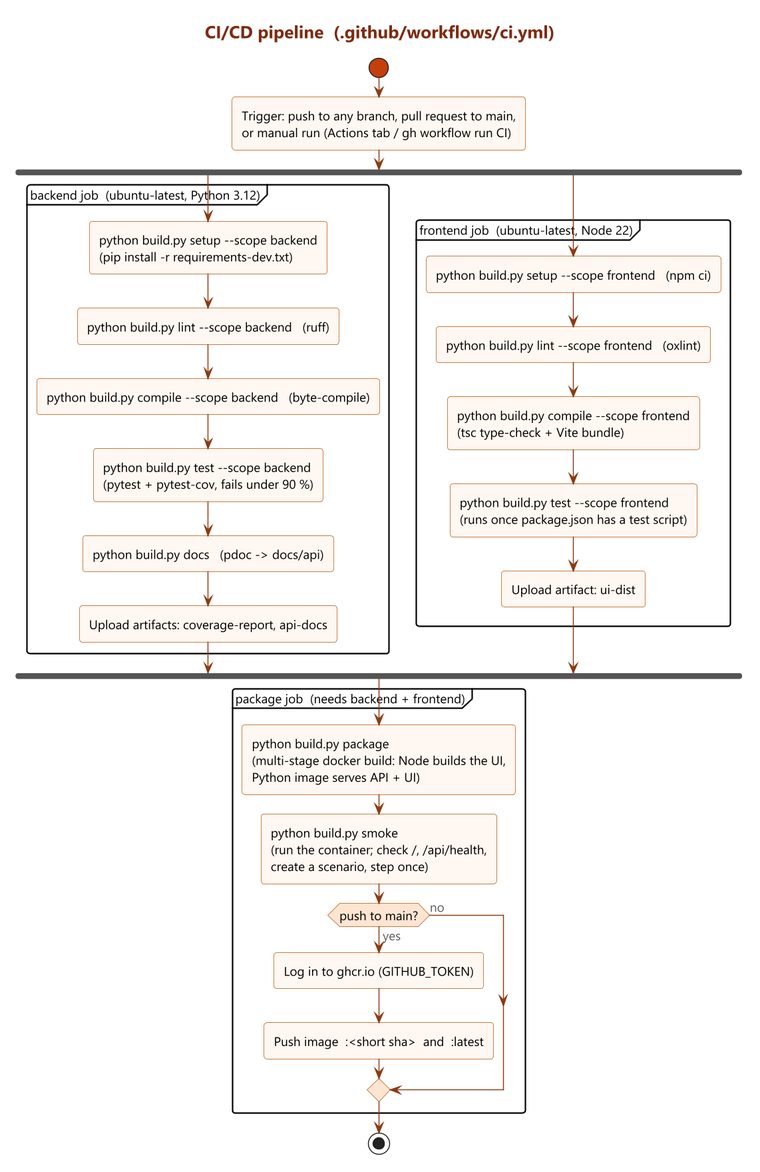
This is docs/design/ci-pipeline.png from jaiswaladitneu/FireSimulator, a PlantUML export, as it was before one commit.
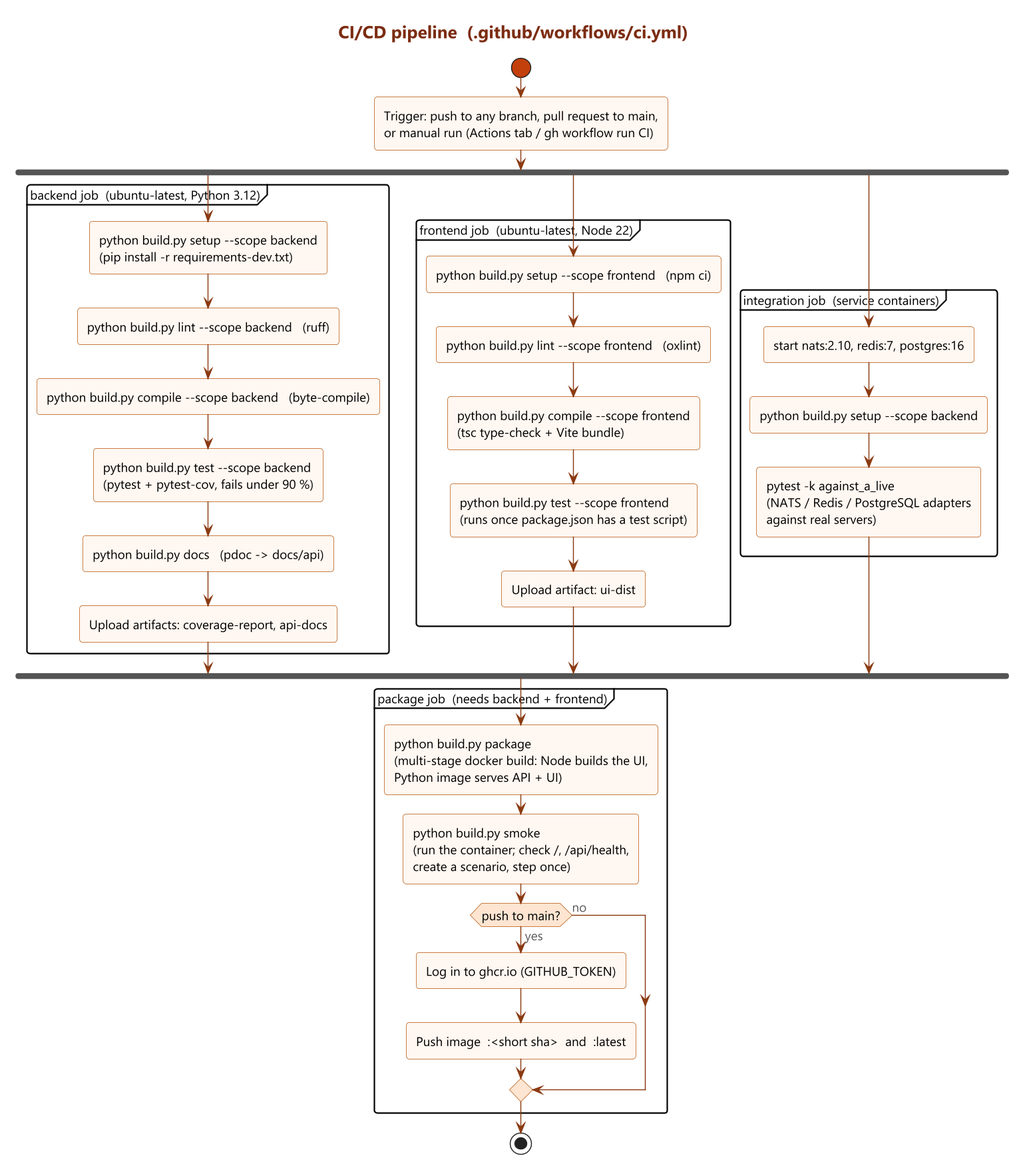
The same file after the commit.

Commit message:
Add the integration job to the CI/CD pipeline diagram

Change to the diagram source:
```diff
@@ -26,6 +26,14 @@
     (runs once package.json has a test script);
     :Upload artifact: ui-dist;
   }
+fork again
+  partition "integration job  (service containers)" {
+    :start nats:2.10, redis:7, postgres:16;
+    :python build.py setup --scope backend;
+    :pytest -k against_a_live
+    (NATS / Redis / PostgreSQL adapters
+    against real servers);
+  }
 end fork
 partition "package job  (needs backend + frontend)" {
   :python build.py package
```
